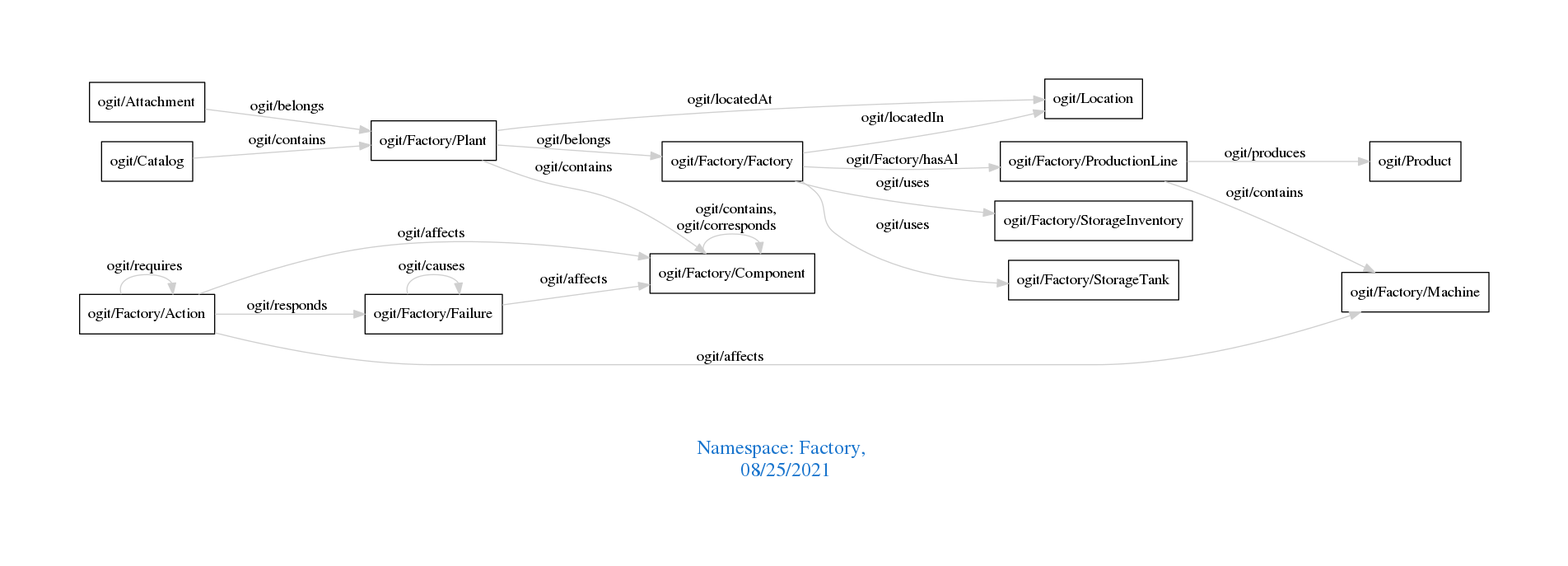
Above: downloads/Factory.png in arago/OGIT (Graphviz), before the change. Its source is kept beside it as downloads/Factory.dot.
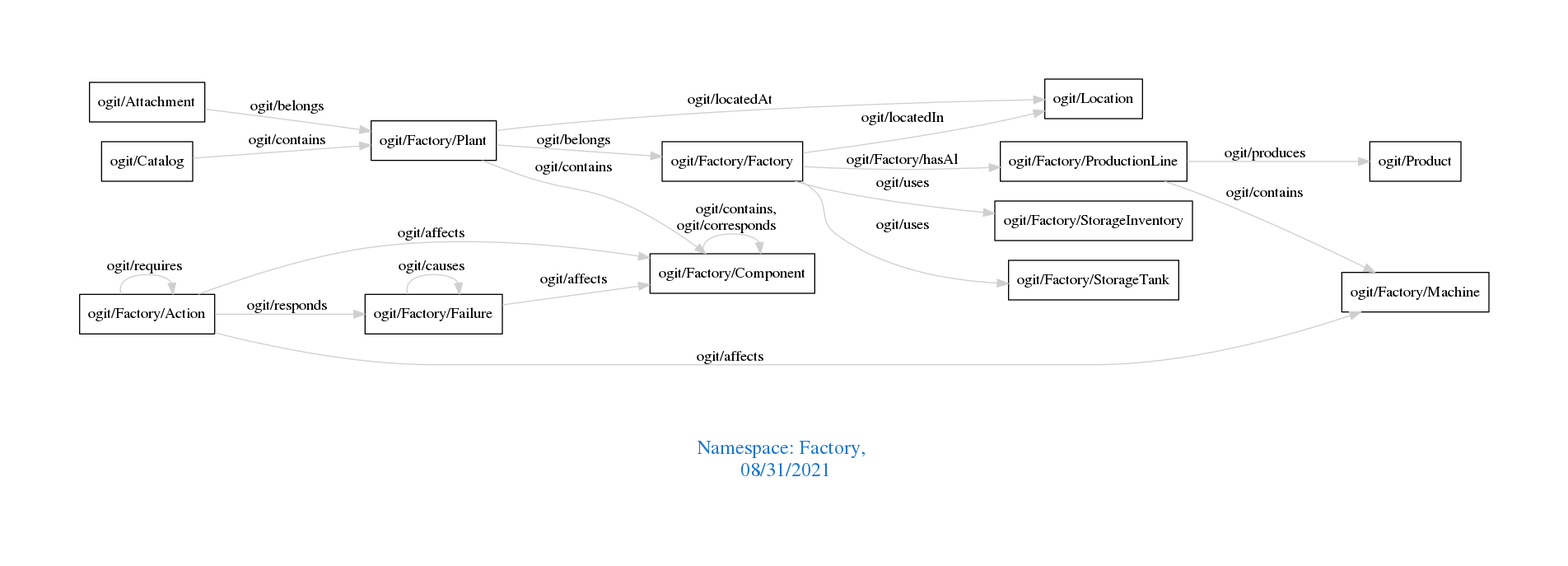
Later version of the same file.

What changed in the source:
```diff
@@ -1,7 +1,7 @@
 digraph OGIT_ontology {
  graph [ rankdir= LR,pad=1
 fontsize = 18,
-fontcolor= dodgerblue3,label = "\n\n\nNamespace: Factory, \n 08/25/2021"];
+fontcolor= dodgerblue3,label = "\n\n\nNamespace: Factory, \n 08/31/2021"];
 node[shape=polygon];
 edge [  color="gray81"];
 
```
